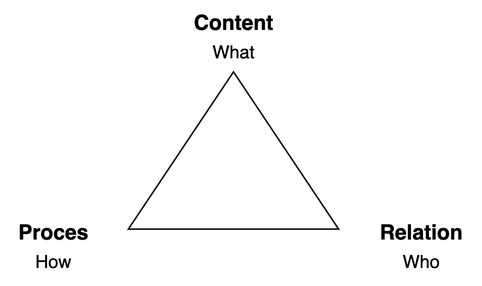
Above: img/communication-triangle.png in voschezang/coding-handbook (draw.io), before the change. Source tidied: cells renumbered, new cells last; positions are measured from the earlier drawing's top-left corner, leaving out a move shared by most shapes.
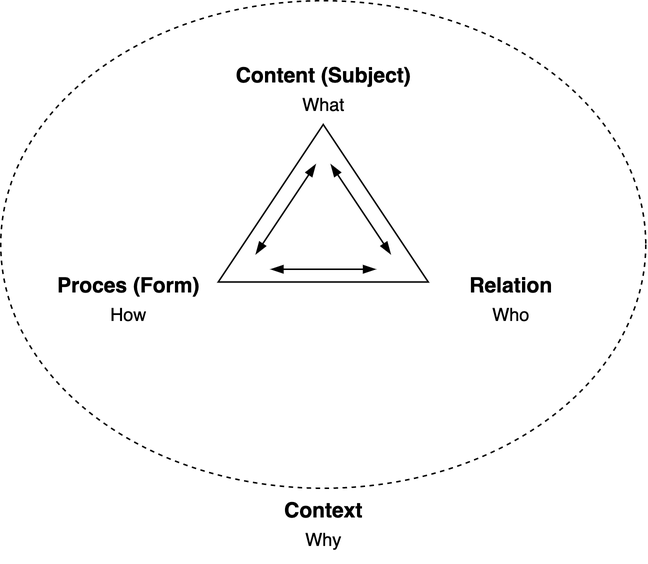
The same file after the commit.

What changed in the source:
```diff
@@ -2,26 +2,53 @@
   <root>
     <mxCell id="0" />
     <mxCell id="1" parent="0" />
-    <mxCell id="2" value="Proces" style="text;html=1;align=center;verticalAlign=middle;strokeColor=none;fillColor=none;fontStyle=1;fontSize=14;" parent="1" vertex="1">
-      <mxGeometry y="140" width="70" height="30" as="geometry" />
+    <mxCell id="2" style="ellipse;whiteSpace=wrap;html=1;fillColor=none;dashed=1;" parent="1" vertex="1">
+      <mxGeometry x="460" y="-35" width="430" height="325" as="geometry" />
     </mxCell>
-    <mxCell id="3" value="Relation" style="text;html=1;align=center;verticalAlign=middle;strokeColor=none;fillColor=none;fontStyle=1;fontSize=14;" parent="1" vertex="1">
-      <mxGeometry x="240" y="140" width="80" height="30" as="geometry" />
+    <mxCell id="3" value="Proces (Form)" style="text;html=1;align=center;verticalAlign=middle;strokeColor=none;fillColor=none;fontStyle=1;fontSize=14;" parent="1" vertex="1">
+      <mxGeometry x="485" y="140" width="120" height="30" as="geometry" />
     </mxCell>
-    <mxCell id="4" value="Content" style="text;html=1;align=center;verticalAlign=middle;strokeColor=none;fillColor=none;fontStyle=1;fontSize=14;" parent="1" vertex="1">
-      <mxGeometry x="115" width="80" height="30" as="geometry" />
+    <mxCell id="4" value="Relation" style="text;html=1;align=center;verticalAlign=middle;strokeColor=none;fillColor=none;fontStyle=1;fontSize=14;" parent="1" vertex="1">
+      <mxGeometry x="760" y="140" width="80" height="30" as="geometry" />
     </mxCell>
-    <mxCell id="5" style="triangle;whiteSpace=wrap;html=1;rotation=-90;" parent="1" vertex="1">
-      <mxGeometry x="102.5" y="30" width="105" height="140" as="geometry" />
+    <mxCell id="5" value="Content (Subject)" style="text;html=1;align=center;verticalAlign=middle;strokeColor=none;fillColor=none;fontStyle=1;fontSize=14;" parent="1" vertex="1">
+      <mxGeometry x="605" width="140" height="30" as="geometry" />
     </mxCell>
-    <mxCell id="6" value="What" style="text;html=1;align=center;verticalAlign=middle;strokeColor=none;fillColor=none;" parent="1" vertex="1">
-      <mxGeometry x="130" y="20" width="50" height="30" as="geometry" />
+    <mxCell id="6" style="triangle;whiteSpace=wrap;html=1;rotation=-90;" parent="1" vertex="1">
+      <mxGeometry x="622.5" y="30" width="105" height="140" as="geometry" />
     </mxCell>
-    <mxCell id="7" value="Who" style="text;html=1;align=center;verticalAlign=middle;strokeColor=none;fillColor=none;" parent="1" vertex="1">
-      <mxGeometry x="255" y="160" width="50" height="30" as="geometry" />
+    <mxCell id="7" value="What" style="text;html=1;align=center;verticalAlign=middle;strokeColor=none;fillColor=none;" parent="1" vertex="1">
+      <mxGeometry x="650" y="20" width="50" height="30" as="geometry" />
     </mxCell>
-    <mxCell id="8" value="How" style="text;html=1;align=center;verticalAlign=middle;strokeColor=none;fillColor=none;" parent="1" vertex="1">
-      <mxGeometry x="10" y="160" width="50" height="30" as="geometry" />
+    <mxCell id="8" value="Who" style="text;html=1;align=center;verticalAlign=middle;strokeColor=none;fillColor=none;" parent="1" vertex="1">
+      <mxGeometry x="775" y="160" width="50" height="30" as="geometry" />
     </mxCell>
+    <mxCell id="9" value="How" style="text;html=1;align=center;verticalAlign=middle;strokeColor=none;fillColor=none;" parent="1" vertex="1">
+      <mxGeometry x="520" y="160" width="50" height="30" as="geometry" />
+    </mxCell>
+    <mxCell id="10" value="Context" style="text;html=1;align=center;verticalAlign=middle;strokeColor=none;fillColor=none;fontStyle=1;fontSize=14;" parent="1" vertex="1">
+      <mxGeometry x="635" y="290" width="80" height="30" as="geometry" />
+    </mxCell>
+    <mxCell id="11" value="Why" style="text;html=1;align=center;verticalAlign=middle;strokeColor=none;fillColor=none;" parent="1" vertex="1">
+      <mxGeometry x="650" y="310" width="50" height="30" as="geometry" />
+    </mxCell>
+    <mxCell id="12" style="endArrow=blockThin;startArrow=blockThin;html=1;rounded=0;endFill=1;startFill=1;" parent="1" edge="1">
+      <mxGeometry relative="1" as="geometry">
+        <mxPoint x="630" y="134" as="sourcePoint" />
+        <mxPoint x="670" y="74" as="targetPoint" />
+      </mxGeometry>
+    </mxCell>
+    <mxCell id="13" style="endArrow=blockThin;startArrow=blockThin;html=1;rounded=0;endFill=1;startFill=1;" parent="1" edge="1">
+      <mxGeometry relative="1" as="geometry">
+        <mxPoint x="720" y="134" as="sourcePoint" />
+        <mxPoint x="680" y="74" as="targetPoint" />
+      </mxGeometry>
+    </mxCell>
+    <mxCell id="14" style="endArrow=blockThin;startArrow=blockThin;html=1;rounded=0;endFill=1;startFill=1;" parent="1" edge="1">
+      <mxGeometry relative="1" as="geometry">
+        <mxPoint x="640" y="144" as="sourcePoint" />
+        <mxPoint x="710" y="144" as="targetPoint" />
+      </mxGeometry>
+    </mxCell>
   </root>
 </mxGraphModel>
```
